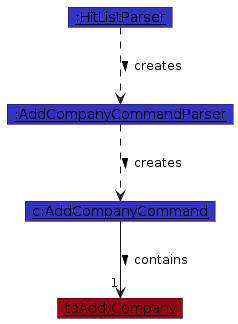
The PlantUML diagram diagrams/add-company/CompanyAddParsing.png in AY2526S2-CS2103T-W11-2/tp, before a commit. Its source is kept beside it as diagrams/add-company/CompanyAddParsing.puml. The source it was exported from:
```plantuml
@startuml
!include ../style.puml
skinparam ArrowFontStyle plain

show objects

object "<u>:HitListParser</u>" as HitListParser LOGIC_COLOR
object "<u>:AddCompanyCommandParser</u>" as AddCompanyCommandParser LOGIC_COLOR
object "<u>c:AddCompanyCommand</u>" as AddCompanyCommand LOGIC_COLOR
object "<u>toAdd:Company</u>" as Company MODEL_COLOR

HitListParser ..> AddCompanyCommandParser : creates >
AddCompanyCommandParser ..> AddCompanyCommand : creates >
AddCompanyCommand --> "1" Company : contains >

Company : name = "Google"
Company : description = "Tech Company"
@enduml
```
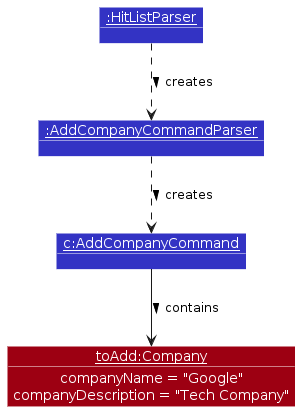
After the change.

Diff of the diagram source:
```diff
@@ -2,7 +2,13 @@
 !include ../style.puml
 skinparam ArrowFontStyle plain
 
+skinparam shadowing false
+skinparam ObjectFontColor #FFFFFF
+skinparam ObjectAttributeFontColor #FFFFFF
+skinparam ObjectBorderColor #FFFFFF
+
 show objects
+show members
 
 object "<u>:HitListParser</u>" as HitListParser LOGIC_COLOR
 object "<u>:AddCompanyCommandParser</u>" as AddCompanyCommandParser LOGIC_COLOR
@@ -11,8 +17,8 @@
 
 HitListParser ..> AddCompanyCommandParser : creates >
 AddCompanyCommandParser ..> AddCompanyCommand : creates >
-AddCompanyCommand --> "1" Company : contains >
+AddCompanyCommand --> Company : contains >
 
-Company : name = "Google"
-Company : description = "Tech Company"
+Company : companyName = "Google"
+Company : companyDescription = "Tech Company"
 @enduml
```
